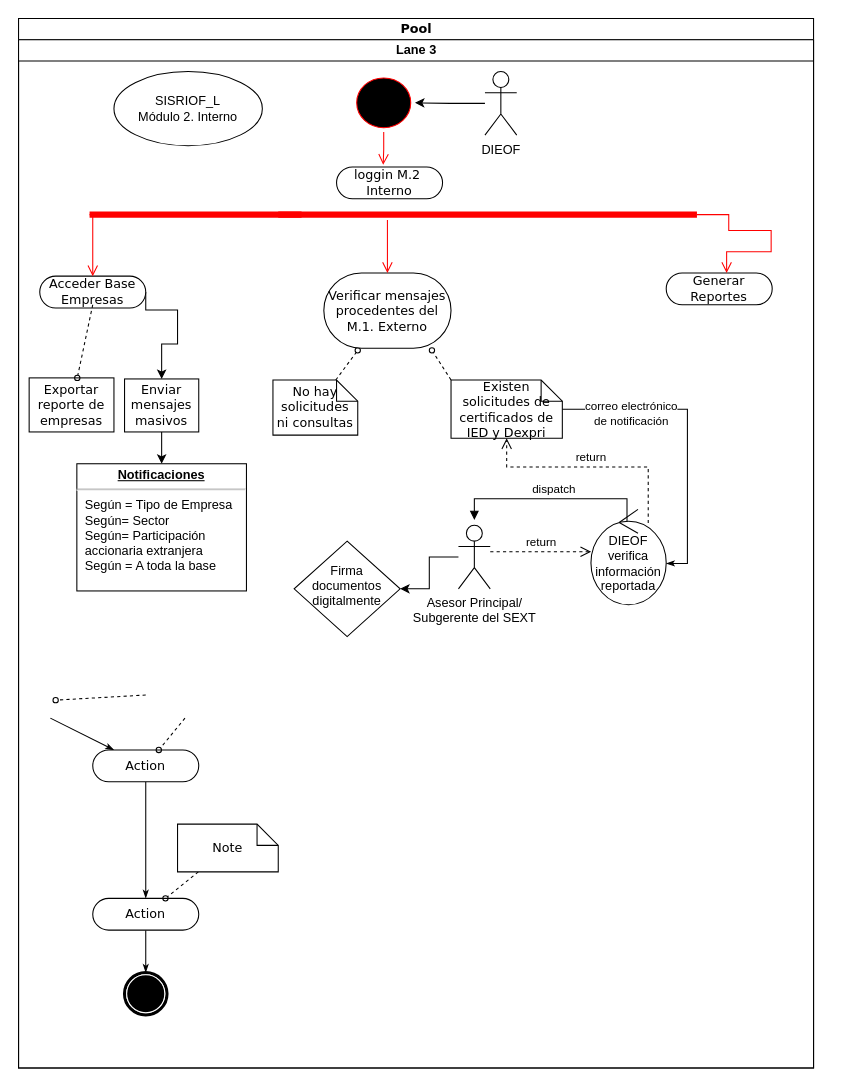
The draw.io diagram Diagrama sin título.drawio in Gottexxx/hello-my-wednesday, before the edit. Source tidied: cells renumbered, new cells numbered last; positions are measured from the earlier drawing's top-left corner, leaving out a move shared by most shapes. Both pictures are drawn from the tidied source at 106%, with x=0, y=0 at pixel (18, 18).
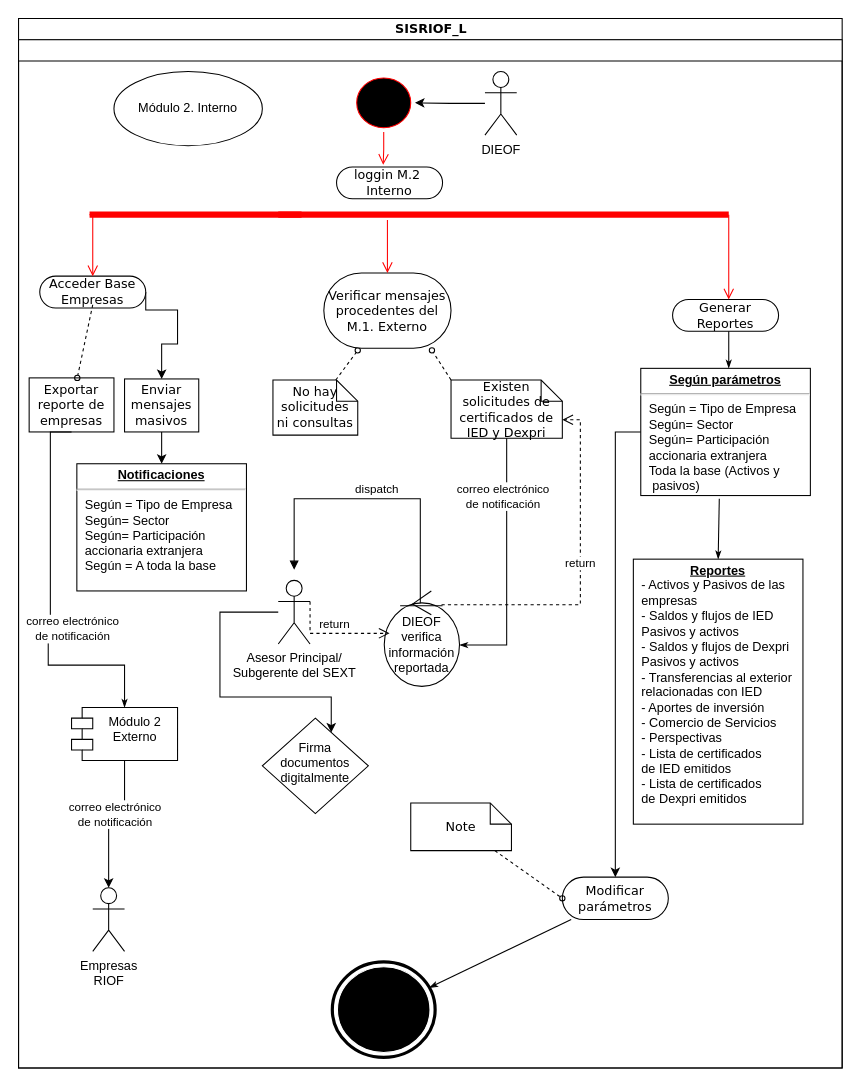
The same diagram, later.

Commit message (it also covers changes not shown here):
Modulo 2 Interno

The change refers to these unchanged cells:
```xml
<mxCell id="14" value="Existen solicitudes de certificados de IED y Dexpri" style="shape=note;whiteSpace=wrap;html=1;rounded=0;shadow=0;comic=0;labelBackgroundColor=none;strokeWidth=1;fontFamily=Verdana;fontSize=12;align=center;size=20;" parent="4" vertex="1">
  <mxGeometry x="408" y="321" width="105" height="55" as="geometry" />
</mxCell>
<mxCell id="43" value="Exportar&lt;br&gt;reporte de&lt;br&gt;empresas" style="rounded=0;whiteSpace=wrap;html=1;shadow=0;comic=0;labelBackgroundColor=none;strokeWidth=1;fontFamily=Verdana;fontSize=12;align=center;arcSize=50;" parent="4" vertex="1">
  <mxGeometry x="10" y="319" width="80" height="51" as="geometry" />
</mxCell>
```

What changed in the source:
```diff
@@
-    <mxCell id="2" value="Pool" style="swimlane;html=1;startSize=20;rounded=0;shadow=0;comic=0;labelBackgroundColor=none;strokeWidth=1;fontFamily=Verdana;fontSize=12;align=center;" parent="1" vertex="1">
-      <mxGeometry width="750" height="990" as="geometry" />
+    <mxCell id="2" value="SISRIOF_L" style="swimlane;html=1;startSize=20;rounded=0;shadow=0;comic=0;labelBackgroundColor=none;strokeWidth=1;fontFamily=Verdana;fontSize=12;align=center;" parent="1" vertex="1">
+      <mxGeometry width="777" height="990" as="geometry" />
     </mxCell>
@@
-    <mxCell id="4" value="Lane 3" style="swimlane;html=1;startSize=20;" parent="2" vertex="1">
-      <mxGeometry y="20" width="750" height="970" as="geometry" />
+    <mxCell id="4" style="swimlane;html=1;startSize=20;" parent="2" vertex="1">
+      <mxGeometry y="20" width="777" height="970" as="geometry" />
     </mxCell>
@@
     <mxCell id="6" value="Generar Reportes" style="rounded=1;whiteSpace=wrap;html=1;shadow=0;comic=0;labelBackgroundColor=none;strokeWidth=1;fontFamily=Verdana;fontSize=12;align=center;arcSize=50;" parent="4" vertex="1">
-      <mxGeometry x="611" y="220" width="100" height="30" as="geometry" />
+      <mxGeometry x="617" y="245" width="100" height="30" as="geometry" />
     </mxCell>
-    <mxCell id="7" style="edgeStyle=none;rounded=0;html=1;labelBackgroundColor=none;startArrow=none;startFill=0;startSize=5;endArrow=classicThin;endFill=1;endSize=5;jettySize=auto;strokeWidth=1;fontFamily=Verdana;fontSize=12;" parent="4" edge="1" target="9">
+    <mxCell id="7" style="edgeStyle=none;rounded=0;html=1;labelBackgroundColor=none;startArrow=none;startFill=0;startSize=5;endArrow=classicThin;endFill=1;endSize=5;jettySize=auto;orthogonalLoop=1;strokeWidth=1;fontFamily=Verdana;fontSize=12;" parent="4" edge="1">
       <mxGeometry relative="1" as="geometry">
-        <mxPoint x="30" y="640" as="sourcePoint" />
+        <mxPoint x="670" y="275" as="sourcePoint" />
+        <mxPoint x="670" y="310" as="targetPoint" />
       </mxGeometry>
     </mxCell>
-    <mxCell id="8" style="edgeStyle=none;rounded=0;html=1;labelBackgroundColor=none;startArrow=none;startFill=0;startSize=5;endArrow=classicThin;endFill=1;endSize=5;jettySize=auto;strokeWidth=1;fontFamily=Verdana;fontSize=12;" parent="4" edge="1" source="9" target="11">
+    <mxCell id="8" style="edgeStyle=none;rounded=0;html=1;labelBackgroundColor=none;startArrow=none;startFill=0;startSize=5;endArrow=classicThin;endFill=1;endSize=5;jettySize=auto;strokeWidth=1;fontFamily=Verdana;fontSize=12;exitX=0.463;exitY=1.025;exitDx=0;exitDy=0;exitPerimeter=0;entryX=0.5;entryY=0;entryDx=0;entryDy=0;" parent="4" edge="1" source="47" target="49">
       <mxGeometry relative="1" as="geometry" />
     </mxCell>
-    <mxCell id="9" value="Action" style="rounded=1;whiteSpace=wrap;html=1;shadow=0;comic=0;labelBackgroundColor=none;strokeWidth=1;fontFamily=Verdana;fontSize=12;align=center;arcSize=50;" parent="4" vertex="1">
-      <mxGeometry x="70" y="670" width="100" height="30" as="geometry" />
-    </mxCell>
@@
-    <mxCell id="11" value="Action" style="rounded=1;whiteSpace=wrap;html=1;shadow=0;comic=0;labelBackgroundColor=none;strokeWidth=1;fontFamily=Verdana;fontSize=12;align=center;arcSize=50;" parent="4" vertex="1">
-      <mxGeometry x="70" y="810" width="100" height="30" as="geometry" />
+    <mxCell id="11" value="Modificar parámetros" style="rounded=1;whiteSpace=wrap;html=1;shadow=0;comic=0;labelBackgroundColor=none;strokeWidth=1;fontFamily=Verdana;fontSize=12;align=center;arcSize=50;" parent="4" vertex="1">
+      <mxGeometry x="513" y="790" width="100" height="40" as="geometry" />
     </mxCell>
     <mxCell id="12" style="shape=mxgraph.bpmn.shape;html=1;verticalLabelPosition=bottom;labelBackgroundColor=#ffffff;verticalAlign=top;perimeter=ellipsePerimeter;outline=end;symbol=terminate;rounded=0;shadow=0;comic=0;strokeWidth=1;fontFamily=Verdana;fontSize=12;align=center;" parent="4" vertex="1">
-      <mxGeometry x="100" y="880" width="40" height="40" as="geometry" />
+      <mxGeometry x="296" y="870" width="97" height="90" as="geometry" />
     </mxCell>
@@
-    <mxCell id="15" style="edgeStyle=none;rounded=0;html=1;dashed=1;labelBackgroundColor=none;startArrow=none;startFill=0;startSize=5;endArrow=oval;endFill=0;endSize=5;jettySize=auto;strokeWidth=1;fontFamily=Verdana;fontSize=12;" parent="4" edge="1" target="9">
-      <mxGeometry relative="1" as="geometry">
-        <mxPoint x="157" y="640" as="sourcePoint" />
-      </mxGeometry>
-    </mxCell>
-    <mxCell id="16" style="edgeStyle=none;rounded=0;html=1;dashed=1;labelBackgroundColor=none;startArrow=none;startFill=0;startSize=5;endArrow=oval;endFill=0;endSize=5;jettySize=auto;orthogonalLoop=1;strokeWidth=1;fontFamily=Verdana;fontSize=12;" parent="4" edge="1">
-      <mxGeometry relative="1" as="geometry">
-        <mxPoint x="120" y="618.2" as="sourcePoint" />
-        <mxPoint x="35" y="623" as="targetPoint" />
-      </mxGeometry>
-    </mxCell>
-    <mxCell id="17" style="edgeStyle=none;rounded=0;html=1;dashed=1;labelBackgroundColor=none;startArrow=none;startFill=0;startSize=5;endArrow=oval;endFill=0;endSize=5;jettySize=auto;strokeWidth=1;fontFamily=Verdana;fontSize=12;" parent="4" edge="1" source="18" target="11">
+    <mxCell id="17" style="edgeStyle=none;rounded=0;html=1;dashed=1;labelBackgroundColor=none;startArrow=none;startFill=0;startSize=5;endArrow=oval;endFill=0;endSize=5;jettySize=auto;strokeWidth=1;fontFamily=Verdana;fontSize=12;entryX=0;entryY=0.5;entryDx=0;entryDy=0;" parent="4" edge="1" source="18" target="11">
       <mxGeometry relative="1" as="geometry" />
     </mxCell>
     <mxCell id="18" value="Note" style="shape=note;whiteSpace=wrap;html=1;rounded=0;shadow=0;comic=0;labelBackgroundColor=none;strokeWidth=1;fontFamily=Verdana;fontSize=12;align=center;size=20;" parent="4" vertex="1">
-      <mxGeometry x="150" y="740" width="95" height="45" as="geometry" />
+      <mxGeometry x="370" y="720" width="95" height="45" as="geometry" />
     </mxCell>
@@
     <mxCell id="26" style="shape=line;html=1;strokeWidth=6;strokeColor=#ff0000;" parent="4" vertex="1">
-      <mxGeometry x="245" y="160" width="395" height="10" as="geometry" />
+      <mxGeometry x="245" y="160" width="425" height="10" as="geometry" />
     </mxCell>
@@
     <mxCell id="29" value="dispatch" style="html=1;verticalAlign=bottom;endArrow=block;edgeStyle=elbowEdgeStyle;elbow=vertical;curved=0;rounded=0;exitX=0.479;exitY=0.189;exitDx=0;exitDy=0;exitPerimeter=0;" parent="4" edge="1" source="33">
       <mxGeometry relative="1" as="geometry">
-        <mxPoint x="430" y="453" as="targetPoint" />
+        <mxPoint x="260" y="500" as="targetPoint" />
         <Array as="points">
           <mxPoint x="490" y="433" />
         </Array>
       </mxGeometry>
     </mxCell>
@@
-    <mxCell id="32" value="SISRIOF_L&lt;br&gt;Módulo 2. Interno" style="ellipse;whiteSpace=wrap;html=1;" parent="4" vertex="1">
+    <mxCell id="32" value="Módulo 2. Interno" style="ellipse;whiteSpace=wrap;html=1;" parent="4" vertex="1">
       <mxGeometry x="90" y="30" width="140" height="70" as="geometry" />
     </mxCell>
     <mxCell id="33" value="DIEOF verifica&lt;br style=&quot;border-color: var(--border-color);&quot;&gt;&lt;span style=&quot;&quot;&gt;información&lt;/span&gt;&lt;br style=&quot;border-color: var(--border-color);&quot;&gt;&lt;span style=&quot;&quot;&gt;reportada&lt;/span&gt;" style="ellipse;shape=umlControl;whiteSpace=wrap;html=1;" parent="4" vertex="1">
-      <mxGeometry x="540" y="443" width="71" height="90" as="geometry" />
+      <mxGeometry x="345" y="520" width="71" height="90" as="geometry" />
     </mxCell>
     <mxCell id="34" style="edgeStyle=orthogonalEdgeStyle;rounded=0;jettySize=auto;html=1;" parent="4" edge="1" source="35" target="40">
-      <mxGeometry relative="1" as="geometry" />
+      <mxGeometry relative="1" as="geometry">
+        <Array as="points">
+          <mxPoint x="190" y="540" />
+          <mxPoint x="190" y="620" />
+          <mxPoint x="295" y="620" />
+        </Array>
+      </mxGeometry>
     </mxCell>
     <mxCell id="35" value="Asesor Principal/&lt;br&gt;Subgerente del SEXT" style="shape=umlActor;verticalLabelPosition=bottom;verticalAlign=top;html=1;" parent="4" vertex="1">
-      <mxGeometry x="415" y="458" width="30" height="60" as="geometry" />
+      <mxGeometry x="245" y="510" width="30" height="60" as="geometry" />
     </mxCell>
-    <mxCell id="36" value="return" style="html=1;verticalAlign=bottom;endArrow=open;dashed=1;endSize=8;edgeStyle=elbowEdgeStyle;elbow=vertical;curved=0;rounded=0;" parent="4" edge="1" source="35" target="33">
+    <mxCell id="36" value="return" style="html=1;verticalAlign=bottom;endArrow=open;dashed=1;endSize=8;edgeStyle=elbowEdgeStyle;elbow=vertical;curved=0;rounded=0;exitX=1;exitY=0.3333333333333333;exitDx=0;exitDy=0;exitPerimeter=0;" parent="4" edge="1" source="35">
       <mxGeometry relative="1" as="geometry">
+        <mxPoint x="350" y="560" as="targetPoint" />
         <Array as="points">
-          <mxPoint x="490" y="483" />
+          <mxPoint x="310" y="560" />
         </Array>
       </mxGeometry>
     </mxCell>
@@
-    <mxCell id="39" value="return" style="html=1;verticalAlign=bottom;endArrow=open;dashed=1;endSize=8;edgeStyle=elbowEdgeStyle;elbow=vertical;curved=0;rounded=0;entryX=0.5;entryY=1;entryDx=0;entryDy=0;entryPerimeter=0;exitX=0.761;exitY=0.144;exitDx=0;exitDy=0;exitPerimeter=0;" parent="4" edge="1" source="33" target="14">
+    <mxCell id="39" value="return" style="html=1;verticalAlign=bottom;endArrow=open;dashed=1;endSize=8;edgeStyle=elbowEdgeStyle;elbow=vertical;curved=0;rounded=0;entryX=0;entryY=0;entryDx=105;entryDy=37.5;entryPerimeter=0;exitX=0.761;exitY=0.144;exitDx=0;exitDy=0;exitPerimeter=0;" parent="4" edge="1" source="33" target="14">
       <mxGeometry relative="1" as="geometry">
         <Array as="points">
-          <mxPoint x="600" y="403" />
+          <mxPoint x="530" y="440" />
         </Array>
       </mxGeometry>
     </mxCell>
     <mxCell id="40" value="&lt;br&gt;Firma documentos digitalmente" style="rhombus;whiteSpace=wrap;html=1;verticalAlign=top;" parent="4" vertex="1">
-      <mxGeometry x="260" y="473" width="100" height="90" as="geometry" />
+      <mxGeometry x="230" y="640" width="100" height="90" as="geometry" />
     </mxCell>
-    <mxCell id="41" style="edgeStyle=orthogonalEdgeStyle;html=1;verticalAlign=bottom;endArrow=open;endSize=8;strokeColor=#ff0000;rounded=0;exitX=1;exitY=0.5;exitDx=0;exitDy=0;exitPerimeter=0;entryX=0.57;entryY=0;entryDx=0;entryDy=0;entryPerimeter=0;" parent="4" edge="1" source="26" target="6">
+    <mxCell id="41" style="edgeStyle=orthogonalEdgeStyle;html=1;verticalAlign=bottom;endArrow=open;endSize=8;strokeColor=#ff0000;rounded=0;exitX=1;exitY=0.5;exitDx=0;exitDy=0;exitPerimeter=0;" parent="4" edge="1" source="26">
       <mxGeometry relative="1" as="geometry">
+        <mxPoint x="670" y="245" as="targetPoint" />
         <Array as="points">
-          <mxPoint x="670" y="165" />
-          <mxPoint x="670" y="180" />
-          <mxPoint x="710" y="180" />
-          <mxPoint x="710" y="200" />
-          <mxPoint x="668" y="200" />
+          <mxPoint x="670" y="190" />
+          <mxPoint x="670" y="190" />
         </Array>
       </mxGeometry>
     </mxCell>
@@
+    <mxCell id="47" value="&lt;p style=&quot;margin:0px;margin-top:4px;text-align:center;text-decoration:underline;&quot;&gt;&lt;b&gt;Según parámetros&lt;/b&gt;&lt;/p&gt;&lt;hr&gt;&lt;p style=&quot;margin:0px;margin-left:8px;&quot;&gt;Según = Tipo de Empresa&lt;br&gt;Según= Sector&lt;br&gt;Según= Participación&amp;nbsp;&lt;/p&gt;&lt;p style=&quot;margin:0px;margin-left:8px;&quot;&gt;accionaria extranjera&lt;/p&gt;&lt;p style=&quot;margin:0px;margin-left:8px;&quot;&gt;Toda la base (Activos y&lt;/p&gt;&lt;p style=&quot;margin:0px;margin-left:8px;&quot;&gt;&amp;nbsp;pasivos)&lt;/p&gt;" style="verticalAlign=top;align=left;overflow=fill;fontSize=12;fontFamily=Helvetica;html=1;" parent="4" vertex="1">
+      <mxGeometry x="587" y="310" width="160" height="120" as="geometry" />
+    </mxCell>
+    <mxCell id="48" style="edgeStyle=orthogonalEdgeStyle;rounded=0;jettySize=auto;html=1;exitX=0;exitY=0.5;exitDx=0;exitDy=0;" parent="4" edge="1" source="47" target="11">
+      <mxGeometry relative="1" as="geometry" />
+    </mxCell>
+    <mxCell id="49" value="&lt;p style=&quot;margin:0px;margin-top:4px;text-align:center;text-decoration:underline;&quot;&gt;&lt;b&gt;Reportes&lt;/b&gt;&lt;/p&gt;&lt;p style=&quot;margin:0px;margin-left:8px;&quot;&gt;- Activos y Pasivos de las&amp;nbsp;&lt;/p&gt;&lt;p style=&quot;margin:0px;margin-left:8px;&quot;&gt;empresas&lt;/p&gt;&lt;p style=&quot;margin:0px;margin-left:8px;&quot;&gt;- Saldos y flujos de IED&lt;/p&gt;&lt;p style=&quot;margin:0px;margin-left:8px;&quot;&gt;Pasivos y activos&lt;br&gt;&lt;/p&gt;&lt;p style=&quot;margin:0px;margin-left:8px;&quot;&gt;- Saldos y flujos de Dexpri&lt;/p&gt;&lt;p style=&quot;margin:0px;margin-left:8px;&quot;&gt;Pasivos y activos&lt;br&gt;&lt;/p&gt;&lt;p style=&quot;margin:0px;margin-left:8px;&quot;&gt;- Transferencias al exterior&amp;nbsp;&lt;/p&gt;&lt;p style=&quot;margin:0px;margin-left:8px;&quot;&gt;relacionadas con IED&lt;/p&gt;&lt;p style=&quot;margin:0px;margin-left:8px;&quot;&gt;- Aportes de inversión&lt;/p&gt;&lt;p style=&quot;margin:0px;margin-left:8px;&quot;&gt;- Comercio de Servicios&lt;/p&gt;&lt;p style=&quot;margin:0px;margin-left:8px;&quot;&gt;- Perspectivas&lt;/p&gt;&lt;p style=&quot;margin:0px;margin-left:8px;&quot;&gt;- Lista de certificados&amp;nbsp;&lt;/p&gt;&lt;p style=&quot;margin:0px;margin-left:8px;&quot;&gt;de IED emitidos&lt;/p&gt;&lt;p style=&quot;margin:0px;margin-left:8px;&quot;&gt;-&amp;nbsp;Lista de certificados&amp;nbsp;&lt;/p&gt;&lt;p style=&quot;border-color: var(--border-color); margin: 0px 0px 0px 8px;&quot;&gt;de Dexpri emitidos&lt;/p&gt;" style="verticalAlign=top;align=left;overflow=fill;fontSize=12;fontFamily=Helvetica;html=1;" parent="4" vertex="1">
+      <mxGeometry x="580" y="490" width="160" height="250" as="geometry" />
+    </mxCell>
+    <mxCell id="50" value="Empresas&lt;br&gt;RIOF" style="shape=umlActor;verticalLabelPosition=bottom;verticalAlign=top;html=1;" parent="4" vertex="1">
+      <mxGeometry x="70" y="800" width="30" height="60" as="geometry" />
+    </mxCell>
+    <mxCell id="51" style="edgeStyle=orthogonalEdgeStyle;rounded=0;html=1;labelBackgroundColor=none;startArrow=none;startFill=0;startSize=5;endArrow=classicThin;endFill=1;endSize=5;jettySize=auto;strokeWidth=1;fontFamily=Verdana;fontSize=12;exitX=0.5;exitY=1;exitDx=0;exitDy=0;entryX=0.5;entryY=0;entryDx=0;entryDy=0;" parent="4" edge="1" source="43" target="54">
+      <mxGeometry relative="1" as="geometry">
+        <Array as="points">
+          <mxPoint x="30" y="370" />
+          <mxPoint x="30" y="568" />
+          <mxPoint x="28" y="568" />
+          <mxPoint x="28" y="590" />
+          <mxPoint x="100" y="590" />
+        </Array>
+      </mxGeometry>
+    </mxCell>
+    <mxCell id="52" value="correo electrónico&lt;br&gt;de notificación" style="edgeLabel;html=1;align=center;verticalAlign=middle;" parent="51" vertex="1">
+      <mxGeometry x="-0.55" y="-4" relative="1" as="geometry">
+        <mxPoint x="24" y="125" as="offset" />
+      </mxGeometry>
+    </mxCell>
+    <mxCell id="53" style="edgeStyle=orthogonalEdgeStyle;rounded=0;jettySize=auto;html=1;entryX=0.5;entryY=0;entryDx=0;entryDy=0;entryPerimeter=0;" parent="4" edge="1" source="54" target="50">
+      <mxGeometry relative="1" as="geometry" />
+    </mxCell>
+    <mxCell id="54" value="Módulo 2&#10;Externo" style="shape=module;align=left;spacingLeft=20;align=center;verticalAlign=top;" parent="4" vertex="1">
+      <mxGeometry x="50" y="630" width="100" height="50" as="geometry" />
+    </mxCell>
+    <mxCell id="55" value="correo electrónico&lt;br&gt;de notificación" style="edgeLabel;html=1;align=center;verticalAlign=middle;" parent="4" vertex="1">
+      <mxGeometry x="90" y="730" as="geometry" />
+    </mxCell>
@@
+    <mxCell id="56" style="line;strokeWidth=1;fillColor=none;align=left;verticalAlign=middle;spacingTop=-1;spacingLeft=3;spacingRight=3;labelPosition=right;strokeColor=inherit;" parent="1" vertex="1">
+      <mxGeometry x="360" y="550" width="40" height="8" as="geometry" />
+    </mxCell>
```
